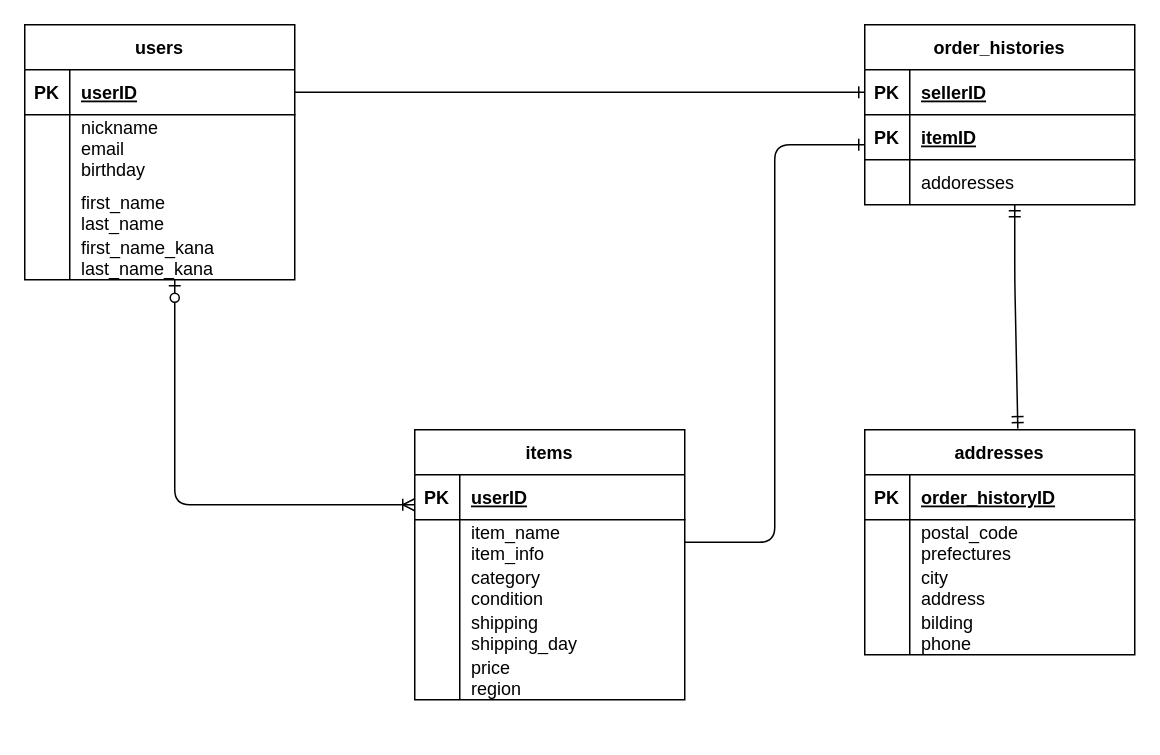
This is furima.dio from naka-nana/furima-40244_2, a draw.io file, before an edit. Source tidied: cells renumbered, new cells numbered last; positions are measured from the earlier drawing's top-left corner, leaving out a move shared by most shapes. Both pictures are drawn from the tidied source at 150%, with x=0, y=0 at pixel (24, 24).
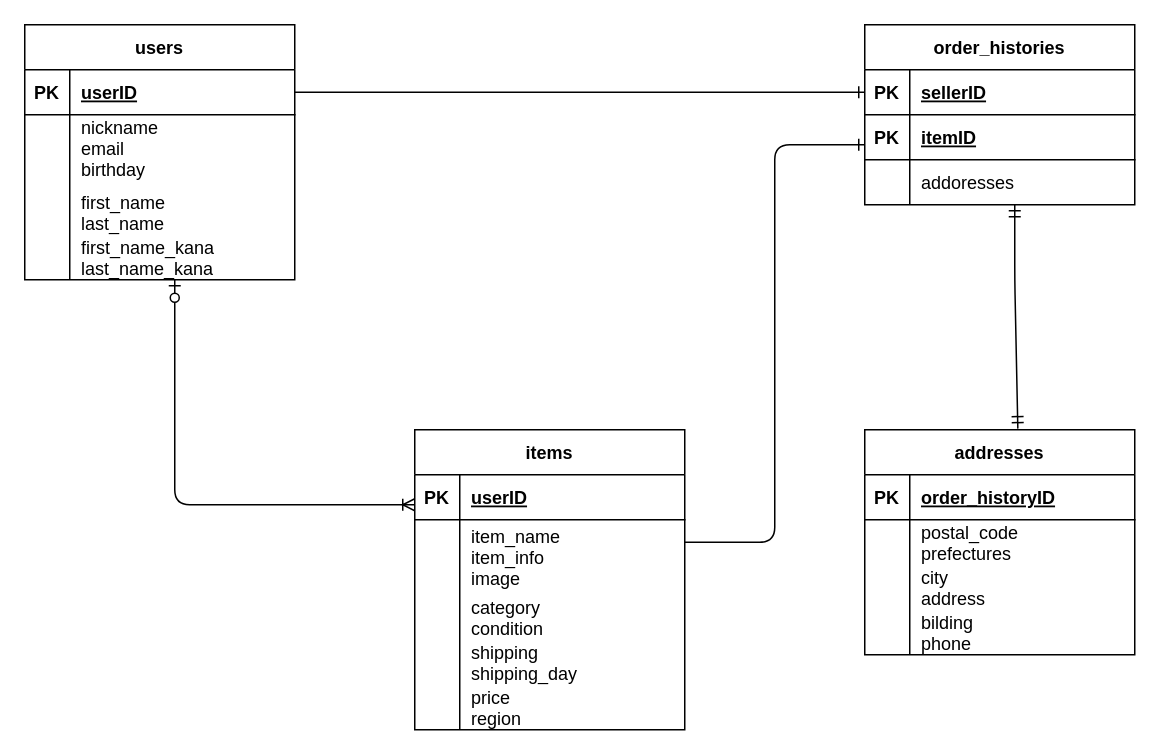
The same page after the edit.

Change to the diagram source:
```diff
@@
     <mxCell id="16" value="items" style="shape=table;startSize=30;childLayout=tableLayout;rowLines=0;fontStyle=1;align=center;" parent="1" vertex="1">
-      <mxGeometry x="260" y="270" width="180" height="180" as="geometry" />
+      <mxGeometry x="260" y="270" width="180" height="200" as="geometry" />
     </mxCell>
@@
     <mxCell id="20" style="shape=tableRow;horizontal=0;startSize=0;swimlaneHead=0;swimlaneBody=0;fillColor=none;top=0;left=0;right=0;bottom=0;" parent="16" vertex="1">
-      <mxGeometry y="60" width="180" height="30" as="geometry" />
+      <mxGeometry y="60" width="180" height="50" as="geometry" />
     </mxCell>
     <mxCell id="21" style="shape=partialRectangle;fillColor=none;top=0;left=0;bottom=0;right=0;overflow=hidden;" parent="20" vertex="1">
-      <mxGeometry width="30" height="30" as="geometry" />
+      <mxGeometry width="30" height="50" as="geometry" />
     </mxCell>
-    <mxCell id="22" value="item_name&#10;item_info" style="shape=partialRectangle;fillColor=none;top=0;left=0;bottom=0;right=0;align=left;spacingLeft=6;overflow=hidden;" parent="20" vertex="1">
-      <mxGeometry x="30" width="150" height="30" as="geometry" />
+    <mxCell id="22" value="item_name&#10;item_info&#10;image" style="shape=partialRectangle;fillColor=none;top=0;left=0;bottom=0;right=0;align=left;spacingLeft=6;overflow=hidden;" parent="20" vertex="1">
+      <mxGeometry x="30" width="150" height="50" as="geometry" />
     </mxCell>
     <mxCell id="23" style="shape=tableRow;horizontal=0;startSize=0;swimlaneHead=0;swimlaneBody=0;fillColor=none;top=0;left=0;right=0;bottom=0;" parent="16" vertex="1">
-      <mxGeometry y="90" width="180" height="30" as="geometry" />
+      <mxGeometry y="110" width="180" height="30" as="geometry" />
     </mxCell>
@@
     <mxCell id="26" style="shape=tableRow;horizontal=0;startSize=0;swimlaneHead=0;swimlaneBody=0;fillColor=none;top=0;left=0;right=0;bottom=0;" parent="16" vertex="1">
-      <mxGeometry y="120" width="180" height="30" as="geometry" />
+      <mxGeometry y="140" width="180" height="30" as="geometry" />
     </mxCell>
@@
     <mxCell id="29" style="shape=tableRow;horizontal=0;startSize=0;swimlaneHead=0;swimlaneBody=0;fillColor=none;top=0;left=0;right=0;bottom=0;" parent="16" vertex="1">
-      <mxGeometry y="150" width="180" height="30" as="geometry" />
+      <mxGeometry y="170" width="180" height="30" as="geometry" />
     </mxCell>
```
